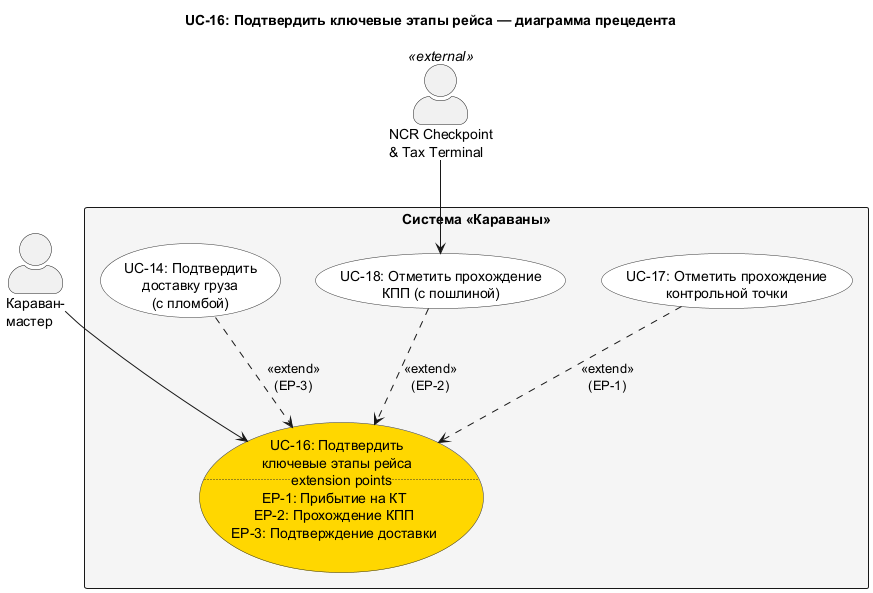
Earlier version of the PlantUML export diagrams/out/UC_16_Detail.png (granikartem/MPI).
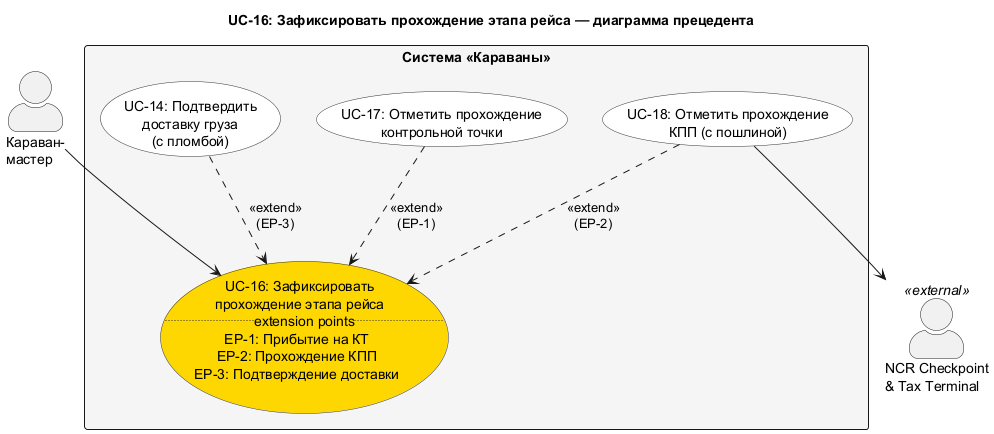
Later version of the same file.

What changed in the source:
```diff
@@ -4,20 +4,20 @@
 skinparam usecaseBorderColor #333333
 skinparam rectangleBackgroundColor #F5F5F5
 
-title UC-16: Подтвердить ключевые этапы рейса — диаграмма прецедента
+title UC-16: Зафиксировать прохождение этапа рейса — диаграмма прецедента
 
 actor "Караван-\nмастер" as CM
 actor "NCR Checkpoint\n& Tax Terminal" as NCR <<external>>
 
 rectangle "Система «Караваны»" {
-  usecase "UC-16: Подтвердить\nключевые этапы рейса\n.. extension points ..\nEP-1: Прибытие на КТ\nEP-2: Прохождение КПП\nEP-3: Подтверждение доставки" as UC16 #Gold
+  usecase "UC-16: Зафиксировать\nпрохождение этапа рейса\n.. extension points ..\nEP-1: Прибытие на КТ\nEP-2: Прохождение КПП\nEP-3: Подтверждение доставки" as UC16 #Gold
   usecase "UC-17: Отметить прохождение\nконтрольной точки" as UC17
   usecase "UC-18: Отметить прохождение\nКПП (с пошлиной)" as UC18
   usecase "UC-14: Подтвердить\nдоставку груза\n(с пломбой)" as UC14
 }
 
 CM --> UC16
-NCR --> UC18
+UC18 --> NCR
 
 UC17 ..> UC16 : <<extend>>\n(EP-1)
 UC18 ..> UC16 : <<extend>>\n(EP-2)
```
